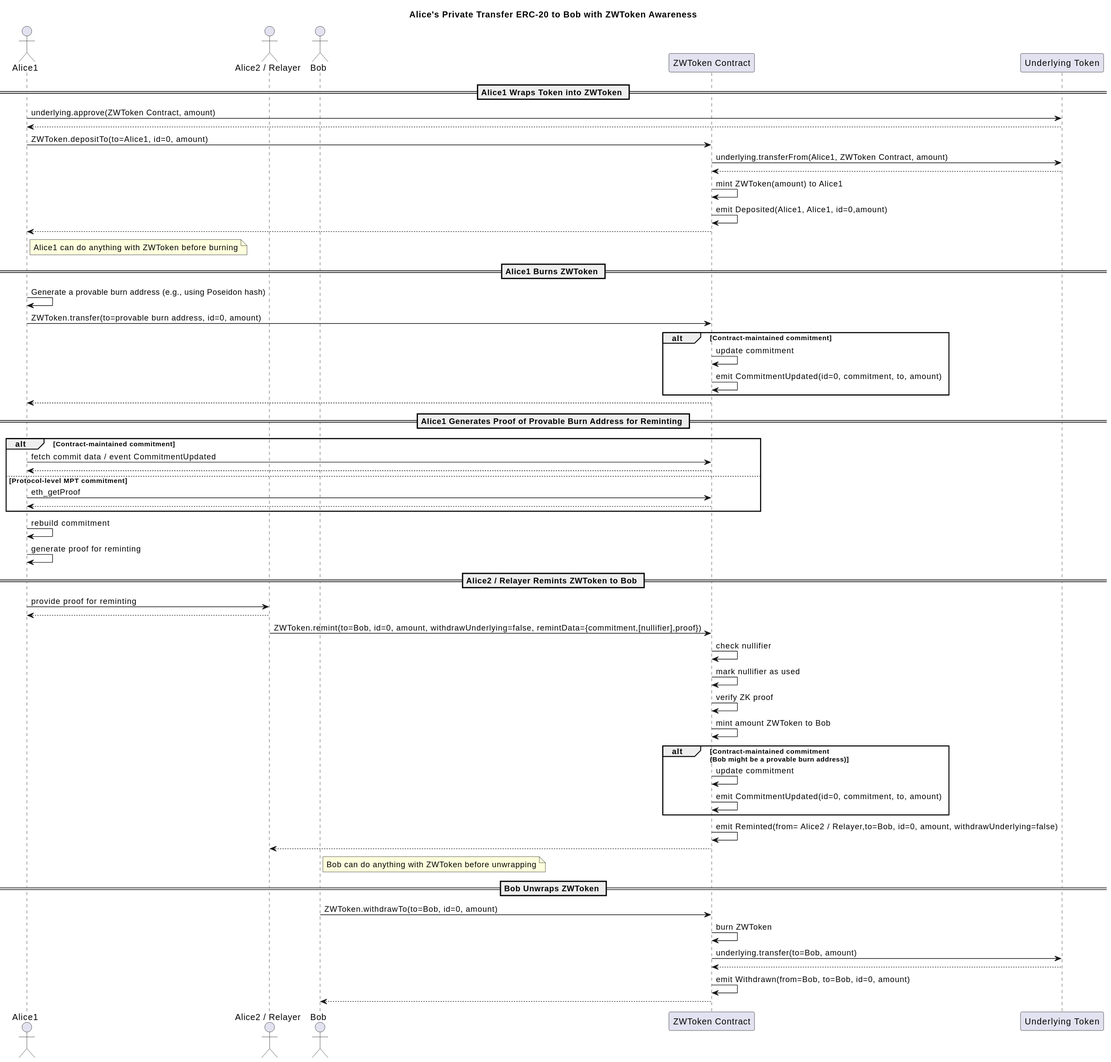
Before: assets/erc-8065/flow1.svg, a diagram exported from PlantUML (ethereum/ERCs).
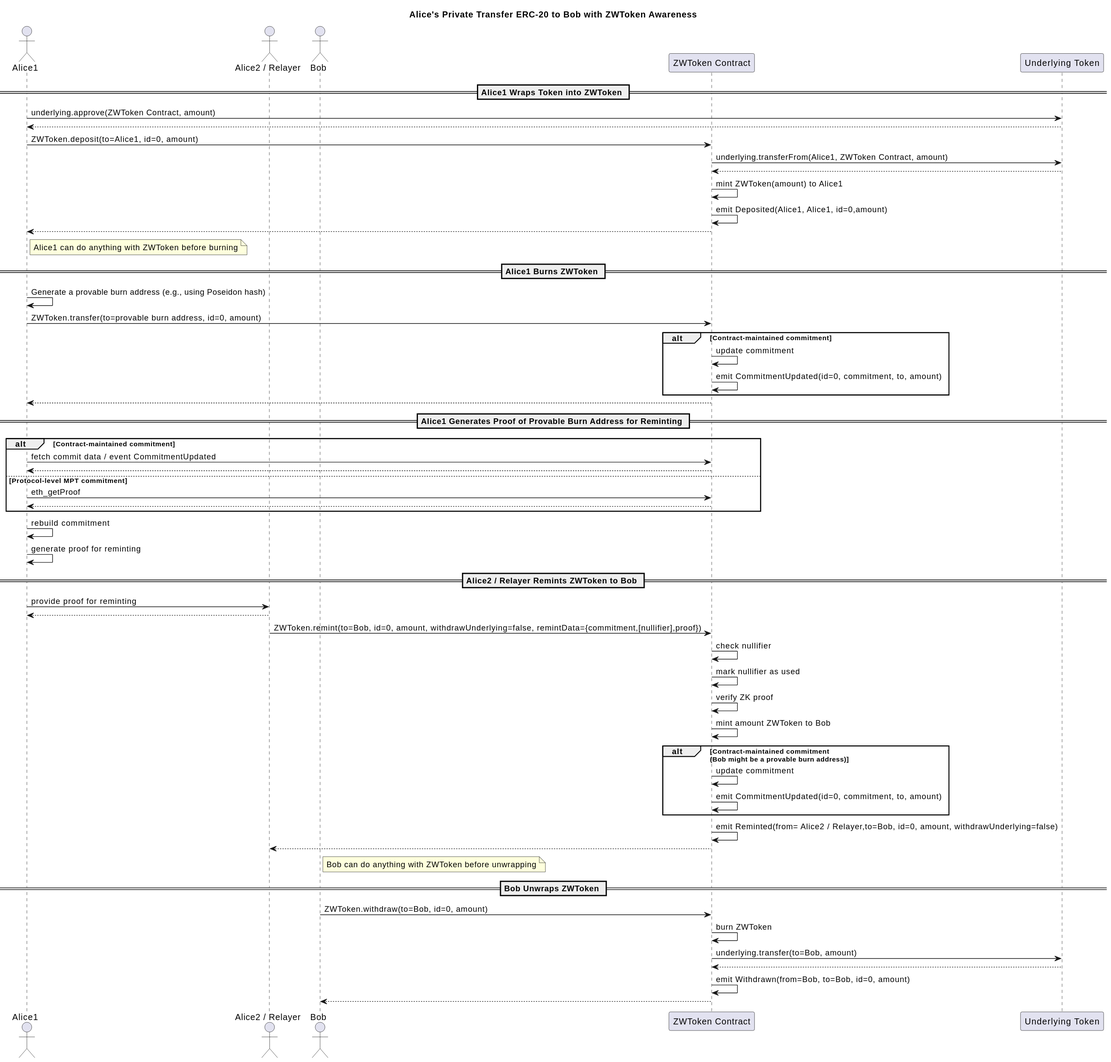
The same file after the commit.

Commit message:
Update ERC-8065: change depositTo to deposit and withdrawTo to withdraw

The edit, as a diff of the source:
```diff
@@ -10,7 +10,7 @@
 == Alice1 Wraps Token into ZWToken ==
 Alice1 -> U : underlying.approve(ZWToken Contract, amount)
 Alice1 <-- U
-Alice1 -> ZW : ZWToken.depositTo(to=Alice1, id=0, amount)
+Alice1 -> ZW : ZWToken.deposit(to=Alice1, id=0, amount)
 ZW -> U : underlying.transferFrom(Alice1, ZWToken Contract, amount)
 ZW <-- U
 ZW -> ZW : mint ZWToken(amount) to Alice1
@@ -57,7 +57,7 @@
 note right of Bob: Bob can do anything with ZWToken before unwrapping
 
 == Bob Unwraps ZWToken ==
-Bob -> ZW : ZWToken.withdrawTo(to=Bob, id=0, amount)
+Bob -> ZW : ZWToken.withdraw(to=Bob, id=0, amount)
 ZW -> ZW : burn ZWToken
 ZW -> U : underlying.transfer(to=Bob, amount)
 ZW <-- U
```
